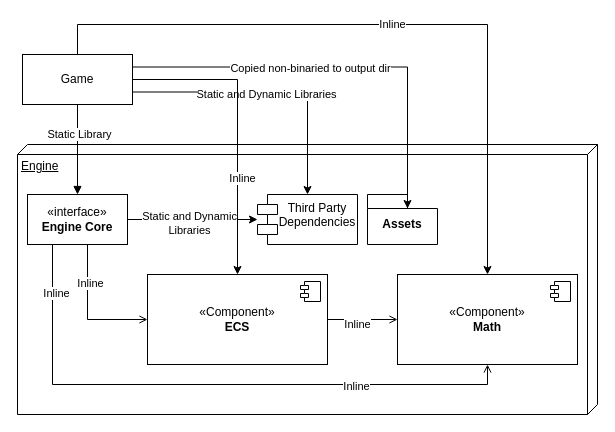
Before: diagrams/build.drawio in damian-tomczak/beng_thesis, a draw.io diagram. Source tidied: cells renumbered, new cells numbered last; positions are measured from the earlier drawing's top-left corner, leaving out a move shared by most shapes. Both pictures are drawn from the tidied source at 100%, with x=0, y=0 at pixel (17, 24).
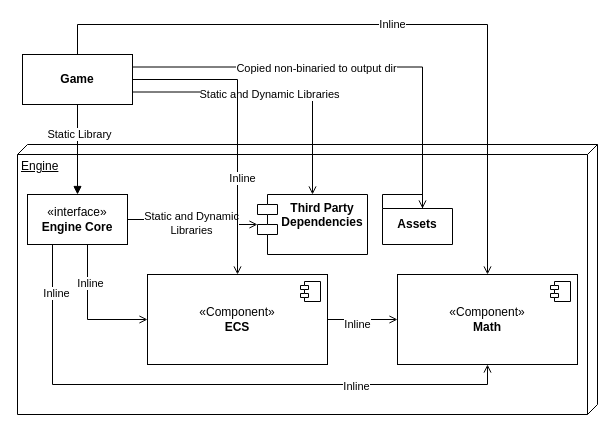
Above is the later version.

Unchanged cells that the change refers to:
```xml
<mxCell id="6" value="«Component»&lt;br&gt;&lt;b&gt;ECS&lt;/b&gt;" style="html=1;whiteSpace=wrap;" parent="1" vertex="1">
  <mxGeometry x="130" y="250" width="180" height="90" as="geometry" />
</mxCell>
<mxCell id="12" value="«interface»&lt;br&gt;&lt;b&gt;Engine Core&lt;/b&gt;" style="html=1;whiteSpace=wrap;" parent="1" vertex="1">
  <mxGeometry x="10" y="170" width="100" height="50" as="geometry" />
</mxCell>
<mxCell id="16" value="«Component»&lt;br&gt;&lt;b&gt;Math&lt;/b&gt;" style="html=1;whiteSpace=wrap;" parent="1" vertex="1">
  <mxGeometry x="380" y="250" width="180" height="90" as="geometry" />
</mxCell>
```

What changed in the source:
```diff
@@
-    <mxCell id="2" value="Game" style="html=1;whiteSpace=wrap;" parent="1" vertex="1">
+    <mxCell id="2" value="&lt;b&gt;Game&lt;/b&gt;" style="html=1;whiteSpace=wrap;" parent="1" vertex="1">
       <mxGeometry x="5" y="30" width="110" height="50" as="geometry" />
     </mxCell>
@@
-    <mxCell id="10" style="edgeStyle=orthogonalEdgeStyle;rounded=0;jettySize=auto;html=1;" parent="1" edge="1" source="12" target="18">
+    <mxCell id="10" style="edgeStyle=orthogonalEdgeStyle;rounded=0;jettySize=auto;html=1;endArrow=open;endFill=0;" parent="1" edge="1" source="12" target="18">
       <mxGeometry relative="1" as="geometry" />
     </mxCell>
@@
-    <mxCell id="18" value="Third Party Dependencies" style="shape=module;align=left;spacingLeft=20;align=center;verticalAlign=top;whiteSpace=wrap;html=1;" parent="1" vertex="1">
-      <mxGeometry x="240" y="170" width="100" height="50" as="geometry" />
+    <mxCell id="18" value="&lt;b&gt;Third Party Dependencies&lt;/b&gt;" style="shape=module;align=left;spacingLeft=20;align=center;verticalAlign=top;whiteSpace=wrap;html=1;" parent="1" vertex="1">
+      <mxGeometry x="240" y="170" width="110" height="60" as="geometry" />
     </mxCell>
     <mxCell id="19" value="Assets" style="shape=folder;fontStyle=1;spacingTop=10;tabWidth=40;tabHeight=14;tabPosition=left;html=1;whiteSpace=wrap;" parent="1" vertex="1">
-      <mxGeometry x="350" y="170" width="70" height="50" as="geometry" />
+      <mxGeometry x="365" y="170" width="70" height="50" as="geometry" />
     </mxCell>
@@
-    <mxCell id="22" style="edgeStyle=orthogonalEdgeStyle;rounded=0;jettySize=auto;html=1;exitX=1;exitY=0.25;exitDx=0;exitDy=0;entryX=0;entryY=0;entryDx=40;entryDy=14;entryPerimeter=0;" parent="1" edge="1" source="2" target="19">
+    <mxCell id="22" style="edgeStyle=orthogonalEdgeStyle;rounded=0;jettySize=auto;html=1;exitX=1;exitY=0.25;exitDx=0;exitDy=0;entryX=0;entryY=0;entryDx=40;entryDy=14;entryPerimeter=0;endArrow=open;endFill=0;" parent="1" edge="1" source="2" target="19">
       <mxGeometry relative="1" as="geometry" />
     </mxCell>
@@
-    <mxCell id="24" style="edgeStyle=orthogonalEdgeStyle;rounded=0;jettySize=auto;html=1;exitX=1;exitY=0.75;exitDx=0;exitDy=0;" parent="1" edge="1" source="2" target="18">
+    <mxCell id="24" style="edgeStyle=orthogonalEdgeStyle;rounded=0;jettySize=auto;html=1;exitX=1;exitY=0.75;exitDx=0;exitDy=0;endArrow=open;endFill=0;" parent="1" edge="1" source="2" target="18">
       <mxGeometry relative="1" as="geometry" />
     </mxCell>
@@
-    <mxCell id="26" style="edgeStyle=orthogonalEdgeStyle;rounded=0;jettySize=auto;html=1;" parent="1" edge="1" source="2" target="6">
+    <mxCell id="26" style="edgeStyle=orthogonalEdgeStyle;rounded=0;jettySize=auto;html=1;endArrow=open;endFill=0;" parent="1" edge="1" source="2" target="6">
       <mxGeometry relative="1" as="geometry" />
     </mxCell>
@@
-    <mxCell id="28" value="Inline" style="edgeStyle=orthogonalEdgeStyle;rounded=0;jettySize=auto;html=1;" parent="1" edge="1" source="2" target="16">
+    <mxCell id="28" value="Inline" style="edgeStyle=orthogonalEdgeStyle;rounded=0;jettySize=auto;html=1;endArrow=open;endFill=0;" parent="1" edge="1" source="2" target="16">
       <mxGeometry relative="1" as="geometry">
         <Array as="points">
           <mxPoint x="60" />
           <mxPoint x="470" />
         </Array>
       </mxGeometry>
     </mxCell>
```
